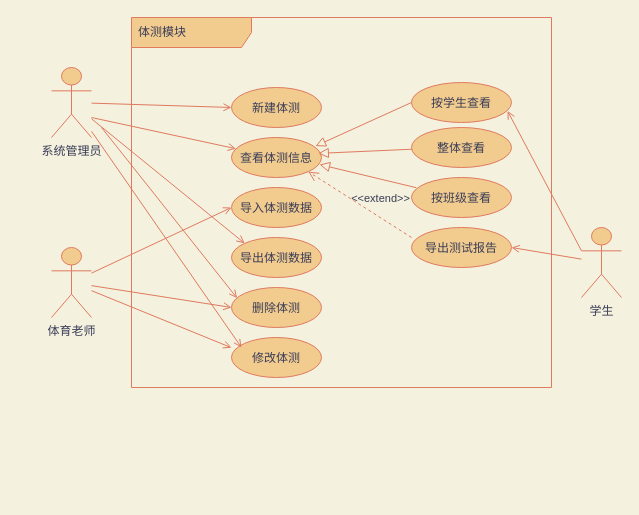
rufeng-h/healthman keeps this draw.io diagram as docs/img-raw/需求分析/体测模块用例图.drawio. Above is the earlier version. Source tidied: cells renumbered, new cells numbered last; positions are measured from the earlier drawing's top-left corner, leaving out a move shared by most shapes. Both pictures are drawn from the tidied source at 100%, with x=0, y=0 at pixel (51, 17).
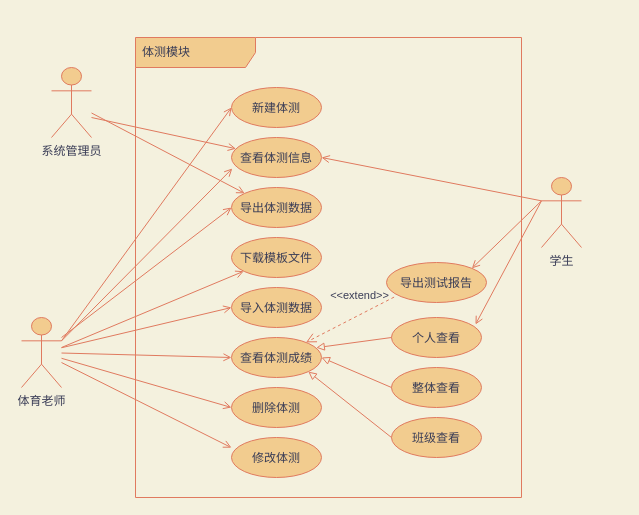
After the change.

Unchanged cells that the change refers to:
```xml
<mxCell id="3" value="系统管理员" style="shape=umlActor;verticalLabelPosition=bottom;verticalAlign=top;html=1;fillColor=#F2CC8F;strokeColor=#E07A5F;fontColor=#393C56;" parent="1" vertex="1">
  <mxGeometry y="50" width="40" height="70" as="geometry" />
</mxCell>
<mxCell id="5" value="新建体测" style="ellipse;fillColor=#F2CC8F;strokeColor=#E07A5F;fontColor=#393C56;" parent="1" vertex="1">
  <mxGeometry x="180" y="70" width="90" height="40" as="geometry" />
</mxCell>
<mxCell id="6" value="查看体测信息" style="ellipse;fillColor=#F2CC8F;strokeColor=#E07A5F;fontColor=#393C56;" parent="1" vertex="1">
  <mxGeometry x="180" y="120" width="90" height="40" as="geometry" />
</mxCell>
```

What changed in the source:
```diff
@@
     <mxCell id="2" value="体育老师" style="shape=umlActor;verticalLabelPosition=bottom;verticalAlign=top;html=1;fillColor=#F2CC8F;strokeColor=#E07A5F;fontColor=#393C56;" parent="1" vertex="1">
-      <mxGeometry y="230" width="40" height="70" as="geometry" />
+      <mxGeometry x="-30" y="300" width="40" height="70" as="geometry" />
     </mxCell>
@@
     <mxCell id="4" value="学生" style="shape=umlActor;verticalLabelPosition=bottom;verticalAlign=top;html=1;fillColor=#F2CC8F;strokeColor=#E07A5F;fontColor=#393C56;" parent="1" vertex="1">
-      <mxGeometry x="530" y="210" width="40" height="70" as="geometry" />
+      <mxGeometry x="490" y="160" width="40" height="70" as="geometry" />
     </mxCell>
@@
-    <mxCell id="7" value="按学生查看" style="ellipse;fillColor=#F2CC8F;strokeColor=#E07A5F;fontColor=#393C56;" parent="1" vertex="1">
-      <mxGeometry x="360" y="65" width="100" height="40" as="geometry" />
-    </mxCell>
-    <mxCell id="8" value="整体查看" style="ellipse;fillColor=#F2CC8F;strokeColor=#E07A5F;fontColor=#393C56;" parent="1" vertex="1">
-      <mxGeometry x="360" y="110" width="100" height="40" as="geometry" />
-    </mxCell>
-    <mxCell id="9" value="按班级查看" style="ellipse;fillColor=#F2CC8F;strokeColor=#E07A5F;fontColor=#393C56;" parent="1" vertex="1">
-      <mxGeometry x="360" y="160" width="100" height="40" as="geometry" />
-    </mxCell>
-    <mxCell id="10" style="endArrow=block;startArrow=none;endFill=0;startFill=0;endSize=8;html=1;verticalAlign=bottom;labelBackgroundColor=none;rounded=0;exitX=0;exitY=0.5;exitDx=0;exitDy=0;entryX=0.933;entryY=0.215;entryDx=0;entryDy=0;entryPerimeter=0;strokeColor=#E07A5F;fontColor=#393C56;" parent="1" edge="1" source="7" target="6">
-      <mxGeometry relative="1" as="geometry" />
-    </mxCell>
-    <mxCell id="11" style="endArrow=block;startArrow=none;endFill=0;startFill=0;endSize=8;html=1;verticalAlign=bottom;labelBackgroundColor=none;rounded=0;entryX=1;entryY=0;entryDx=0;entryDy=0;strokeColor=#E07A5F;fontColor=#393C56;" parent="1" edge="1" source="8">
-      <mxGeometry relative="1" as="geometry">
-        <mxPoint x="266.8" y="135.9" as="targetPoint" />
-      </mxGeometry>
-    </mxCell>
-    <mxCell id="12" style="endArrow=block;startArrow=none;endFill=0;startFill=0;endSize=8;html=1;verticalAlign=bottom;labelBackgroundColor=none;rounded=0;exitX=0.048;exitY=0.255;exitDx=0;exitDy=0;entryX=0.978;entryY=0.675;entryDx=0;entryDy=0;entryPerimeter=0;exitPerimeter=0;strokeColor=#E07A5F;fontColor=#393C56;" parent="1" edge="1" source="9" target="6">
-      <mxGeometry relative="1" as="geometry" />
-    </mxCell>
-    <mxCell id="13" style="html=1;verticalAlign=bottom;labelBackgroundColor=none;endArrow=open;endFill=0;rounded=0;entryX=0;entryY=0.5;entryDx=0;entryDy=0;strokeColor=#E07A5F;fontColor=#393C56;" parent="1" edge="1" source="3" target="5">
+    <mxCell id="13" style="html=1;verticalAlign=bottom;labelBackgroundColor=none;endArrow=open;endFill=0;rounded=0;entryX=0;entryY=0.5;entryDx=0;entryDy=0;strokeColor=#E07A5F;fontColor=#393C56;exitX=1;exitY=0.3333333333333333;exitDx=0;exitDy=0;exitPerimeter=0;" parent="1" edge="1" source="2" target="5">
       <mxGeometry relative="1" as="geometry" />
     </mxCell>
@@
-    <mxCell id="15" style="html=1;verticalAlign=bottom;labelBackgroundColor=none;endArrow=open;endFill=0;rounded=0;exitX=0;exitY=0.3333333333333333;exitDx=0;exitDy=0;exitPerimeter=0;entryX=0.96;entryY=0.71;entryDx=0;entryDy=0;entryPerimeter=0;strokeColor=#E07A5F;fontColor=#393C56;" parent="1" edge="1" source="4" target="7">
-      <mxGeometry relative="1" as="geometry" />
-    </mxCell>
-    <mxCell id="16" value="&amp;lt;&amp;lt;extend&amp;gt;&amp;gt;" style="endArrow=open;startArrow=none;endFill=0;startFill=0;endSize=8;html=1;verticalAlign=bottom;dashed=1;labelBackgroundColor=none;rounded=0;entryX=1;entryY=1;entryDx=0;entryDy=0;strokeColor=#E07A5F;fontColor=#393C56;" parent="1" edge="1" target="6">
-      <mxGeometry x="-0.32" y="-9" relative="1" as="geometry">
-        <mxPoint x="360" y="220" as="sourcePoint" />
-      </mxGeometry>
+    <mxCell id="16" value="&amp;lt;&amp;lt;extend&amp;gt;&amp;gt;" style="endArrow=open;startArrow=none;endFill=0;startFill=0;endSize=8;html=1;verticalAlign=bottom;dashed=1;labelBackgroundColor=none;rounded=0;strokeColor=#E07A5F;fontColor=#393C56;exitX=0.076;exitY=0.865;exitDx=0;exitDy=0;exitPerimeter=0;" parent="1" edge="1" source="17" target="33">
+      <mxGeometry x="-0.32" y="-9" relative="1" as="geometry" />
     </mxCell>
     <mxCell id="17" value="导出测试报告" style="ellipse;fillColor=#F2CC8F;strokeColor=#E07A5F;fontColor=#393C56;" parent="1" vertex="1">
-      <mxGeometry x="360" y="210" width="100" height="40" as="geometry" />
+      <mxGeometry x="335" y="245" width="100" height="40" as="geometry" />
     </mxCell>
-    <mxCell id="18" style="html=1;verticalAlign=bottom;labelBackgroundColor=none;endArrow=open;endFill=0;rounded=0;entryX=1;entryY=0.5;entryDx=0;entryDy=0;strokeColor=#E07A5F;fontColor=#393C56;" parent="1" edge="1" source="4" target="17">
+    <mxCell id="18" style="html=1;verticalAlign=bottom;labelBackgroundColor=none;endArrow=open;endFill=0;rounded=0;entryX=1;entryY=0;entryDx=0;entryDy=0;strokeColor=#E07A5F;fontColor=#393C56;exitX=0;exitY=0.3333333333333333;exitDx=0;exitDy=0;exitPerimeter=0;" parent="1" edge="1" source="4" target="17">
       <mxGeometry relative="1" as="geometry" />
     </mxCell>
     <mxCell id="19" value="导入体测数据" style="ellipse;fillColor=#F2CC8F;strokeColor=#E07A5F;fontColor=#393C56;" parent="1" vertex="1">
-      <mxGeometry x="180" y="170" width="90" height="40" as="geometry" />
+      <mxGeometry x="180" y="270" width="90" height="40" as="geometry" />
     </mxCell>
@@
     <mxCell id="22" value="导出体测数据" style="ellipse;fillColor=#F2CC8F;strokeColor=#E07A5F;fontColor=#393C56;" parent="1" vertex="1">
-      <mxGeometry x="180" y="220" width="90" height="40" as="geometry" />
+      <mxGeometry x="180" y="170" width="90" height="40" as="geometry" />
     </mxCell>
     <mxCell id="23" value="删除体测" style="ellipse;fillColor=#F2CC8F;strokeColor=#E07A5F;fontColor=#393C56;" parent="1" vertex="1">
-      <mxGeometry x="180" y="270" width="90" height="40" as="geometry" />
+      <mxGeometry x="180" y="370" width="90" height="40" as="geometry" />
     </mxCell>
-    <mxCell id="24" style="html=1;verticalAlign=bottom;labelBackgroundColor=none;endArrow=open;endFill=0;rounded=0;entryX=0.062;entryY=0.265;entryDx=0;entryDy=0;entryPerimeter=0;strokeColor=#E07A5F;fontColor=#393C56;" parent="1" edge="1" target="23">
+    <mxCell id="24" style="html=1;verticalAlign=bottom;labelBackgroundColor=none;endArrow=open;endFill=0;rounded=0;entryX=0;entryY=0.5;entryDx=0;entryDy=0;strokeColor=#E07A5F;fontColor=#393C56;" parent="1" edge="1" target="22">
       <mxGeometry relative="1" as="geometry">
-        <mxPoint x="50" y="110" as="sourcePoint" />
+        <mxPoint x="10" y="320" as="sourcePoint" />
       </mxGeometry>
     </mxCell>
@@
     <mxCell id="26" value="修改体测" style="ellipse;fillColor=#F2CC8F;strokeColor=#E07A5F;fontColor=#393C56;" parent="1" vertex="1">
-      <mxGeometry x="180" y="320" width="90" height="40" as="geometry" />
+      <mxGeometry x="180" y="420" width="90" height="40" as="geometry" />
     </mxCell>
@@
-    <mxCell id="28" style="html=1;verticalAlign=bottom;labelBackgroundColor=none;endArrow=open;endFill=0;rounded=0;strokeColor=#E07A5F;fontColor=#393C56;" parent="1" edge="1" source="3">
-      <mxGeometry relative="1" as="geometry">
-        <mxPoint x="190" y="330" as="targetPoint" />
-      </mxGeometry>
-    </mxCell>
     <mxCell id="29" value="体测模块" style="shape=umlFrame;whiteSpace=wrap;html=1;width=120;height=30;boundedLbl=1;verticalAlign=middle;align=left;spacingLeft=5;fillColor=#F2CC8F;strokeColor=#E07A5F;fontColor=#393C56;" parent="1" vertex="1">
-      <mxGeometry x="80" width="420" height="370" as="geometry" />
+      <mxGeometry x="84" y="20" width="386" height="460" as="geometry" />
     </mxCell>
+    <mxCell id="30" style="html=1;verticalAlign=bottom;labelBackgroundColor=none;endArrow=open;endFill=0;rounded=0;entryX=0.009;entryY=0.775;entryDx=0;entryDy=0;strokeColor=#E07A5F;fontColor=#393C56;exitX=1;exitY=0.3333333333333333;exitDx=0;exitDy=0;exitPerimeter=0;entryPerimeter=0;" parent="1" edge="1" source="2" target="6">
+      <mxGeometry relative="1" as="geometry" />
+    </mxCell>
+    <mxCell id="31" value="下载模板文件" style="ellipse;fillColor=#F2CC8F;strokeColor=#E07A5F;fontColor=#393C56;" parent="1" vertex="1">
+      <mxGeometry x="180" y="220" width="90" height="40" as="geometry" />
+    </mxCell>
+    <mxCell id="32" style="html=1;verticalAlign=bottom;labelBackgroundColor=none;endArrow=open;endFill=0;rounded=0;strokeColor=#E07A5F;fontColor=#393C56;" parent="1" edge="1" target="31">
+      <mxGeometry relative="1" as="geometry">
+        <mxPoint x="10" y="330" as="sourcePoint" />
+      </mxGeometry>
+    </mxCell>
+    <mxCell id="33" value="查看体测成绩" style="ellipse;fillColor=#F2CC8F;strokeColor=#E07A5F;fontColor=#393C56;" parent="1" vertex="1">
+      <mxGeometry x="180" y="320" width="90" height="40" as="geometry" />
+    </mxCell>
+    <mxCell id="34" style="html=1;verticalAlign=bottom;labelBackgroundColor=none;endArrow=open;endFill=0;rounded=0;entryX=0;entryY=0.5;entryDx=0;entryDy=0;strokeColor=#E07A5F;fontColor=#393C56;" parent="1" edge="1" source="2" target="33">
+      <mxGeometry relative="1" as="geometry" />
+    </mxCell>
+    <mxCell id="35" value="个人查看" style="ellipse;fillColor=#F2CC8F;strokeColor=#E07A5F;fontColor=#393C56;" parent="1" vertex="1">
+      <mxGeometry x="340" y="300" width="90" height="40" as="geometry" />
+    </mxCell>
+    <mxCell id="8" value="整体查看" style="ellipse;fillColor=#F2CC8F;strokeColor=#E07A5F;fontColor=#393C56;" parent="1" vertex="1">
+      <mxGeometry x="340" y="350" width="90" height="40" as="geometry" />
+    </mxCell>
+    <mxCell id="36" value="班级查看" style="ellipse;fillColor=#F2CC8F;strokeColor=#E07A5F;fontColor=#393C56;" parent="1" vertex="1">
+      <mxGeometry x="340" y="400" width="90" height="40" as="geometry" />
+    </mxCell>
+    <mxCell id="37" style="html=1;verticalAlign=bottom;labelBackgroundColor=none;endArrow=block;endFill=0;rounded=0;entryX=0.942;entryY=0.255;entryDx=0;entryDy=0;strokeColor=#E07A5F;fontColor=#393C56;exitX=0;exitY=0.5;exitDx=0;exitDy=0;entryPerimeter=0;" parent="1" edge="1" source="35" target="33">
+      <mxGeometry relative="1" as="geometry" />
+    </mxCell>
+    <mxCell id="38" style="html=1;verticalAlign=bottom;labelBackgroundColor=none;endArrow=block;endFill=0;rounded=0;entryX=1;entryY=0.5;entryDx=0;entryDy=0;strokeColor=#E07A5F;fontColor=#393C56;exitX=0;exitY=0.5;exitDx=0;exitDy=0;" parent="1" edge="1" source="8" target="33">
+      <mxGeometry relative="1" as="geometry" />
+    </mxCell>
+    <mxCell id="39" style="html=1;verticalAlign=bottom;labelBackgroundColor=none;endArrow=block;endFill=0;rounded=0;entryX=1;entryY=1;entryDx=0;entryDy=0;strokeColor=#E07A5F;fontColor=#393C56;" parent="1" edge="1" target="33">
+      <mxGeometry relative="1" as="geometry">
+        <mxPoint x="340" y="420" as="sourcePoint" />
+      </mxGeometry>
+    </mxCell>
+    <mxCell id="40" style="html=1;verticalAlign=bottom;labelBackgroundColor=none;endArrow=open;endFill=0;rounded=0;entryX=1;entryY=0.5;entryDx=0;entryDy=0;strokeColor=#E07A5F;fontColor=#393C56;exitX=0;exitY=0.3333333333333333;exitDx=0;exitDy=0;exitPerimeter=0;" parent="1" edge="1" source="4" target="6">
+      <mxGeometry relative="1" as="geometry" />
+    </mxCell>
+    <mxCell id="41" style="html=1;verticalAlign=bottom;labelBackgroundColor=none;endArrow=open;endFill=0;rounded=0;entryX=0.933;entryY=0.175;entryDx=0;entryDy=0;strokeColor=#E07A5F;fontColor=#393C56;entryPerimeter=0;exitX=0;exitY=0.3333333333333333;exitDx=0;exitDy=0;exitPerimeter=0;" parent="1" edge="1" source="4" target="35">
+      <mxGeometry relative="1" as="geometry" />
+    </mxCell>
```
